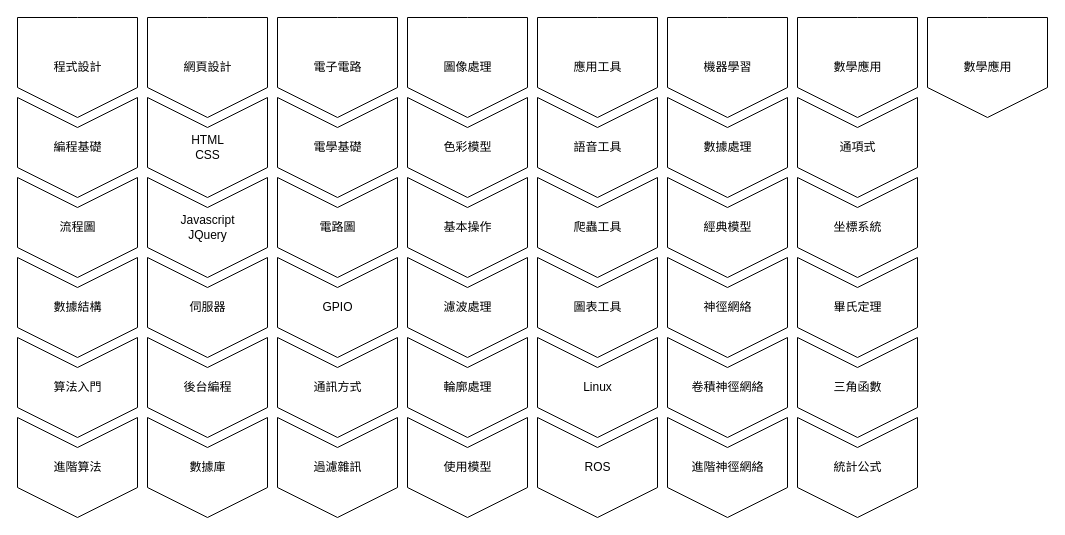
Earlier version of the draw.io diagram page "Page-1" (1 of 2) of Roadmap.drawio (supercatex/flowchart). Source tidied: cells renumbered, new cells numbered last; positions are measured from the earlier drawing's top-left corner, leaving out a move shared by most shapes. Both pictures are drawn from the tidied source at 100%, with x=0, y=0 at pixel (27, 7).
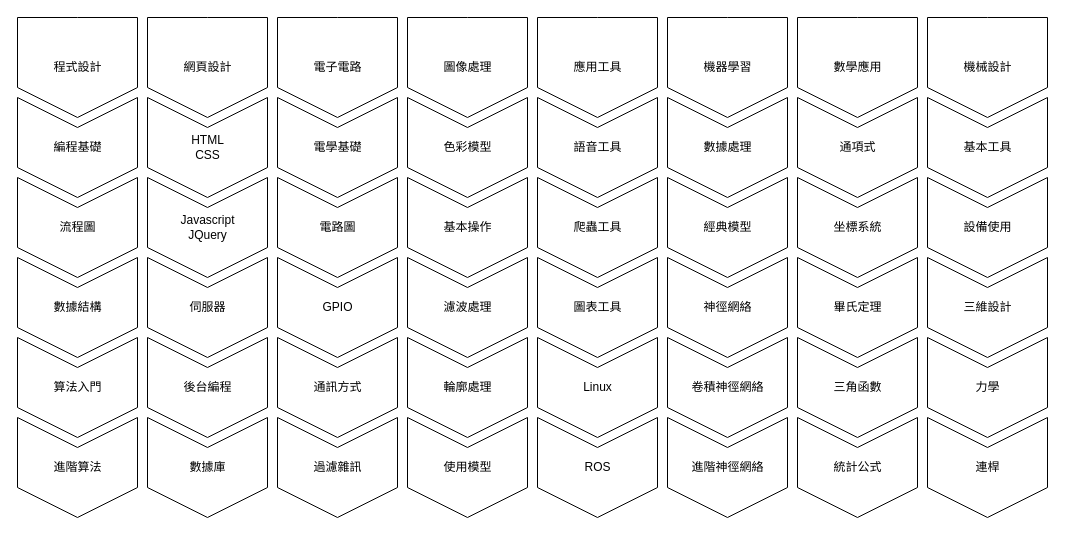
After the change.

What changed in the source:
```diff
@@
-    <mxCell id="44" value="數學應用" style="html=1;shadow=0;dashed=0;align=center;verticalAlign=middle;shape=mxgraph.arrows2.arrow;dy=0;dx=30;notch=0;rotation=90;horizontal=0;" parent="1" vertex="1">
+    <mxCell id="44" value="機械設計" style="html=1;shadow=0;dashed=0;align=center;verticalAlign=middle;shape=mxgraph.arrows2.arrow;dy=0;dx=30;notch=0;rotation=90;horizontal=0;" parent="1" vertex="1">
       <mxGeometry x="910" width="100" height="120" as="geometry" />
     </mxCell>
+    <mxCell id="45" value="基本工具" style="html=1;shadow=0;dashed=0;align=center;verticalAlign=middle;shape=mxgraph.arrows2.arrow;dy=0;dx=30;notch=30;rotation=90;horizontal=0;" parent="1" vertex="1">
+      <mxGeometry x="910" y="80" width="100" height="120" as="geometry" />
+    </mxCell>
+    <mxCell id="46" value="設備使用" style="html=1;shadow=0;dashed=0;align=center;verticalAlign=middle;shape=mxgraph.arrows2.arrow;dy=0;dx=30;notch=30;rotation=90;horizontal=0;" parent="1" vertex="1">
+      <mxGeometry x="910" y="160" width="100" height="120" as="geometry" />
+    </mxCell>
+    <mxCell id="47" value="三維設計" style="html=1;shadow=0;dashed=0;align=center;verticalAlign=middle;shape=mxgraph.arrows2.arrow;dy=0;dx=30;notch=30;rotation=90;horizontal=0;" parent="1" vertex="1">
+      <mxGeometry x="910" y="240" width="100" height="120" as="geometry" />
+    </mxCell>
+    <mxCell id="48" value="力學" style="html=1;shadow=0;dashed=0;align=center;verticalAlign=middle;shape=mxgraph.arrows2.arrow;dy=0;dx=30;notch=30;rotation=90;horizontal=0;" parent="1" vertex="1">
+      <mxGeometry x="910" y="320" width="100" height="120" as="geometry" />
+    </mxCell>
+    <mxCell id="49" value="連桿" style="html=1;shadow=0;dashed=0;align=center;verticalAlign=middle;shape=mxgraph.arrows2.arrow;dy=0;dx=30;notch=30;rotation=90;horizontal=0;" parent="1" vertex="1">
+      <mxGeometry x="910" y="400" width="100" height="120" as="geometry" />
+    </mxCell>
```
